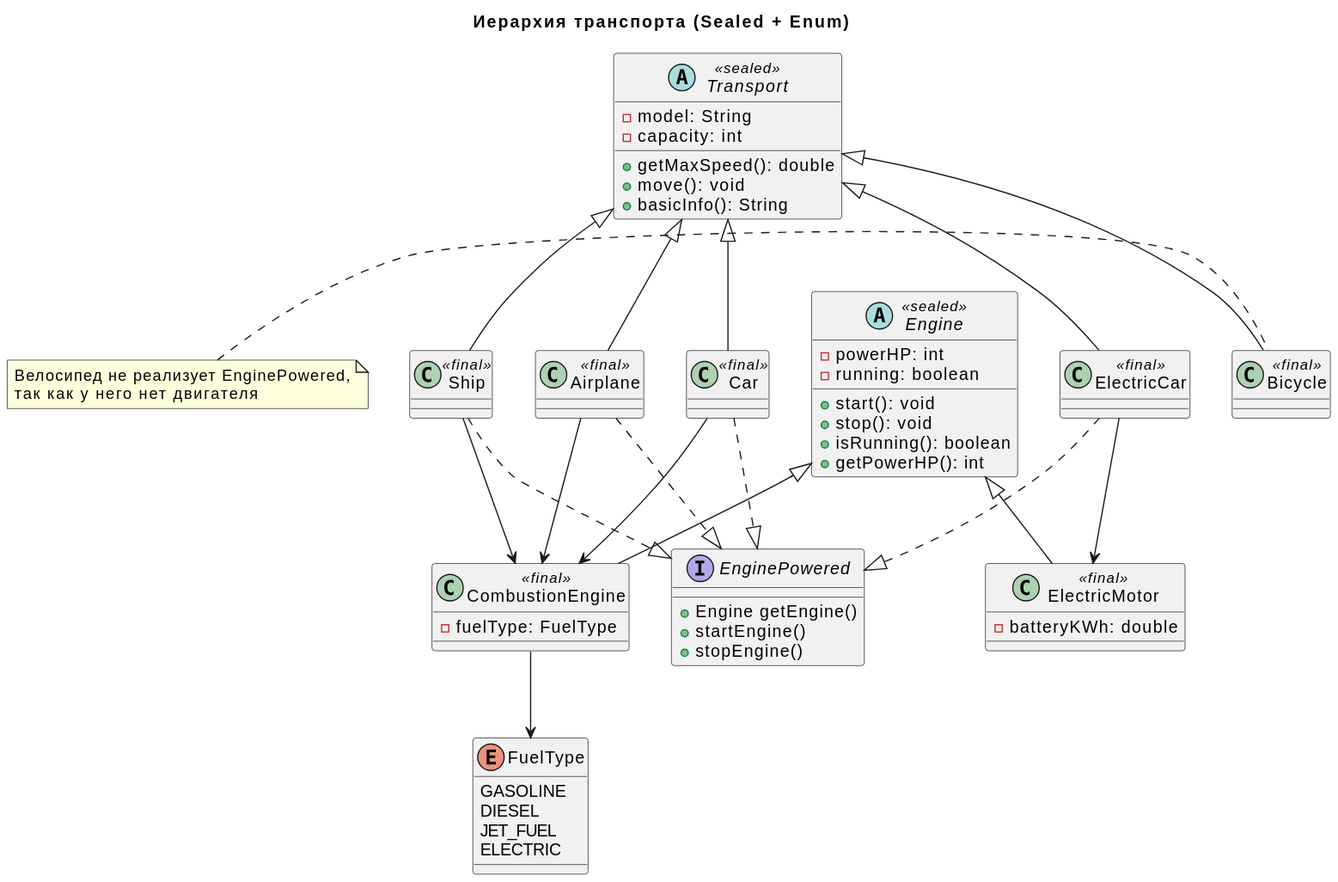
This is 1.2 Системы контроля версий. Продвинутое ООП/transport_uml.svg from qvazae/Learn_JavaBackendDeveloper, a PlantUML export, as it was before one commit.
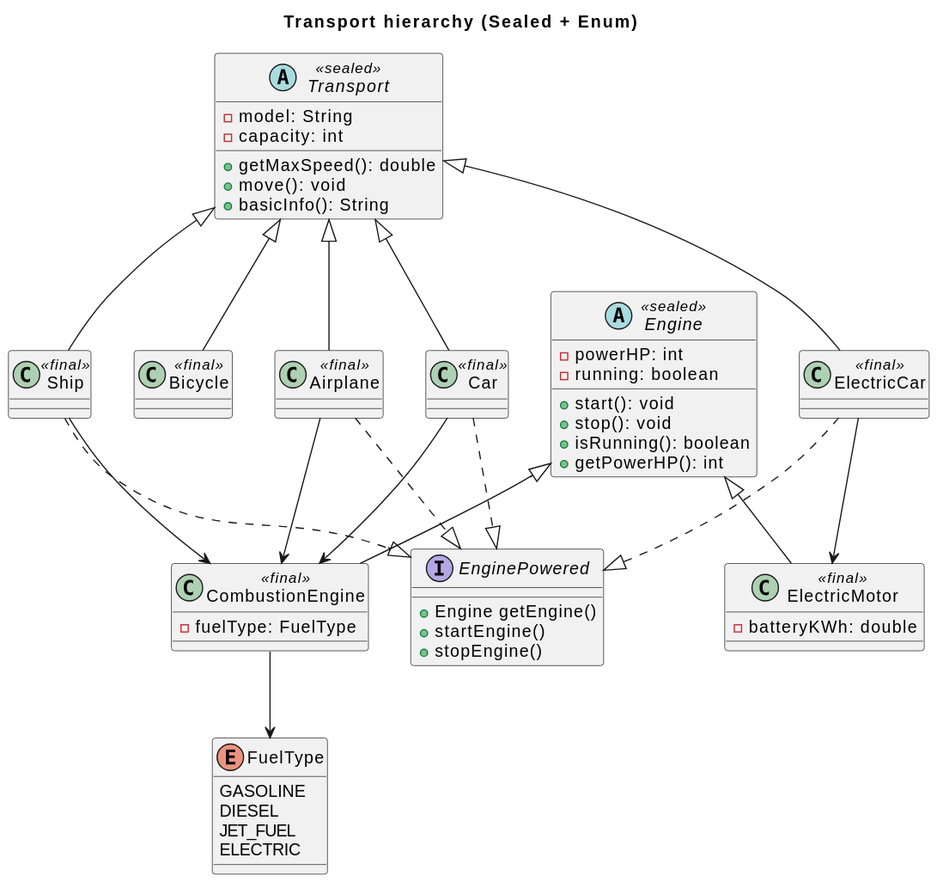
The same diagram one commit later.

What changed in the source:
```diff
@@ -1,5 +1,5 @@
 @startuml
-title Иерархия транспорта (Sealed + Enum)
+title Transport hierarchy (Sealed + Enum)
 
 interface EnginePowered {
   +Engine getEngine()
@@ -64,9 +64,4 @@
 ElectricCar --> ElectricMotor
 Airplane --> CombustionEngine
 Ship --> CombustionEngine
-
-note left of Bicycle
-  Велосипед не реализует EnginePowered,
-  так как у него нет двигателя
-end note
 @enduml
```
